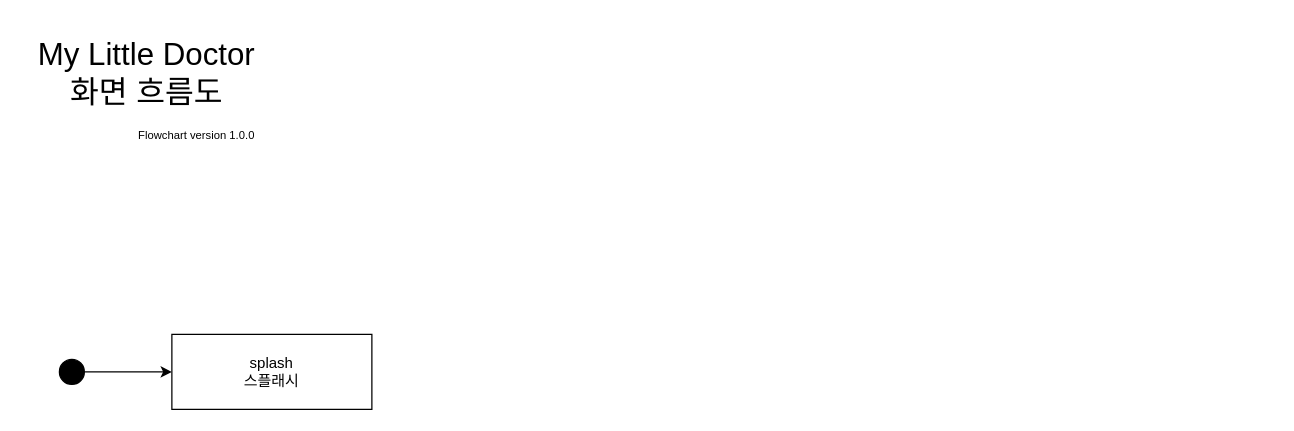
Earlier version of the draw.io diagram Untitled Diagram.drawio.xml (Hamiric/MLD). Source tidied: cells renumbered, new cells numbered last; positions are measured from the earlier drawing's top-left corner, leaving out a move shared by most shapes. Both pictures are drawn from the tidied source at 125%, with x=0, y=0 at pixel (21, 21).
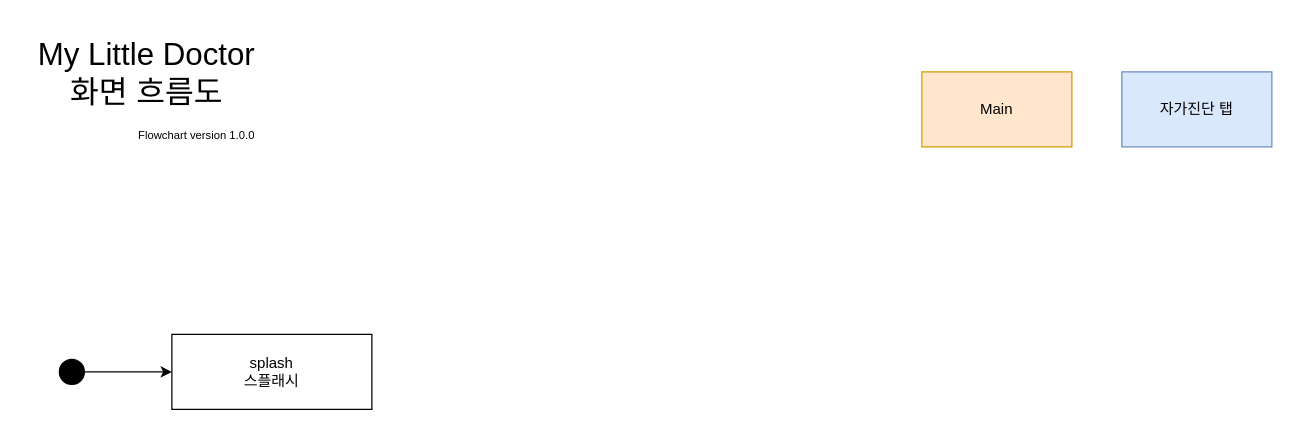
The same page after the edit.

The edit, as a diff of the source:
```diff
@@
 <mxGraphModel>
   <root>
     <mxCell id="0" />
     <mxCell id="1" parent="0" />
     <mxCell id="2" style="edgeStyle=orthogonalEdgeStyle;rounded=0;jettySize=auto;html=1;entryX=0;entryY=0.5;entryDx=0;entryDy=0;" parent="1" edge="1" source="3" target="4">
       <mxGeometry relative="1" as="geometry" />
     </mxCell>
     <mxCell id="3" style="ellipse;whiteSpace=wrap;html=1;fillColor=#000000;" parent="1" vertex="1">
       <mxGeometry x="30" y="270" width="20" height="20" as="geometry" />
     </mxCell>
     <mxCell id="4" value="splash&lt;br&gt;스플래시" style="rounded=0;whiteSpace=wrap;html=1;fillColor=#FFFFFF;" parent="1" vertex="1">
       <mxGeometry x="120" y="250" width="160" height="60" as="geometry" />
     </mxCell>
     <mxCell id="5" value="&lt;font style=&quot;font-size: 25px&quot;&gt;My Little Doctor&lt;br&gt;화면 흐름도&lt;/font&gt;" style="text;html=1;strokeColor=none;fillColor=none;align=center;verticalAlign=middle;whiteSpace=wrap;rounded=0;" parent="1" vertex="1">
       <mxGeometry width="200" height="80" as="geometry" />
     </mxCell>
     <mxCell id="6" value="&lt;font style=&quot;font-size: 9px&quot;&gt;Flowchart version 1.0.0&lt;/font&gt;" style="text;html=1;strokeColor=none;fillColor=none;align=center;verticalAlign=middle;whiteSpace=wrap;rounded=0;" parent="1" vertex="1">
       <mxGeometry x="80" y="80" width="120" height="20" as="geometry" />
     </mxCell>
+    <mxCell id="7" value="Main" style="rounded=0;whiteSpace=wrap;html=1;fillColor=#ffe6cc;strokeColor=#d79b00;" parent="1" vertex="1">
+      <mxGeometry x="720" y="40" width="120" height="60" as="geometry" />
+    </mxCell>
+    <mxCell id="8" value="자가진단 탭" style="rounded=0;whiteSpace=wrap;html=1;fillColor=#dae8fc;strokeColor=#6c8ebf;" parent="1" vertex="1">
+      <mxGeometry x="880" y="40" width="120" height="60" as="geometry" />
+    </mxCell>
   </root>
 </mxGraphModel>
```
